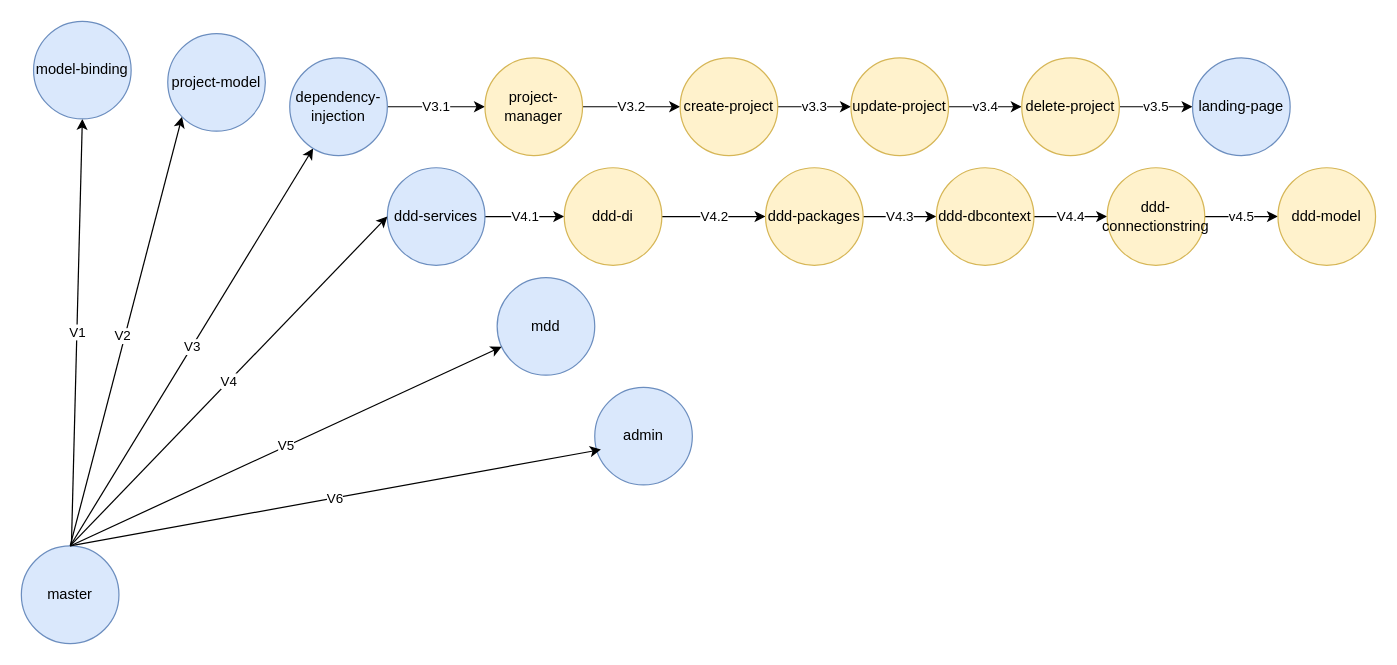
Above: PIS.drawio in zcomert/project-information-system (draw.io), before the change. Source tidied: cells renumbered, new cells numbered last; positions are measured from the earlier drawing's top-left corner, leaving out a move shared by most shapes. Both pictures are drawn from the tidied source at 122%, with x=0, y=0 at pixel (21, 21).
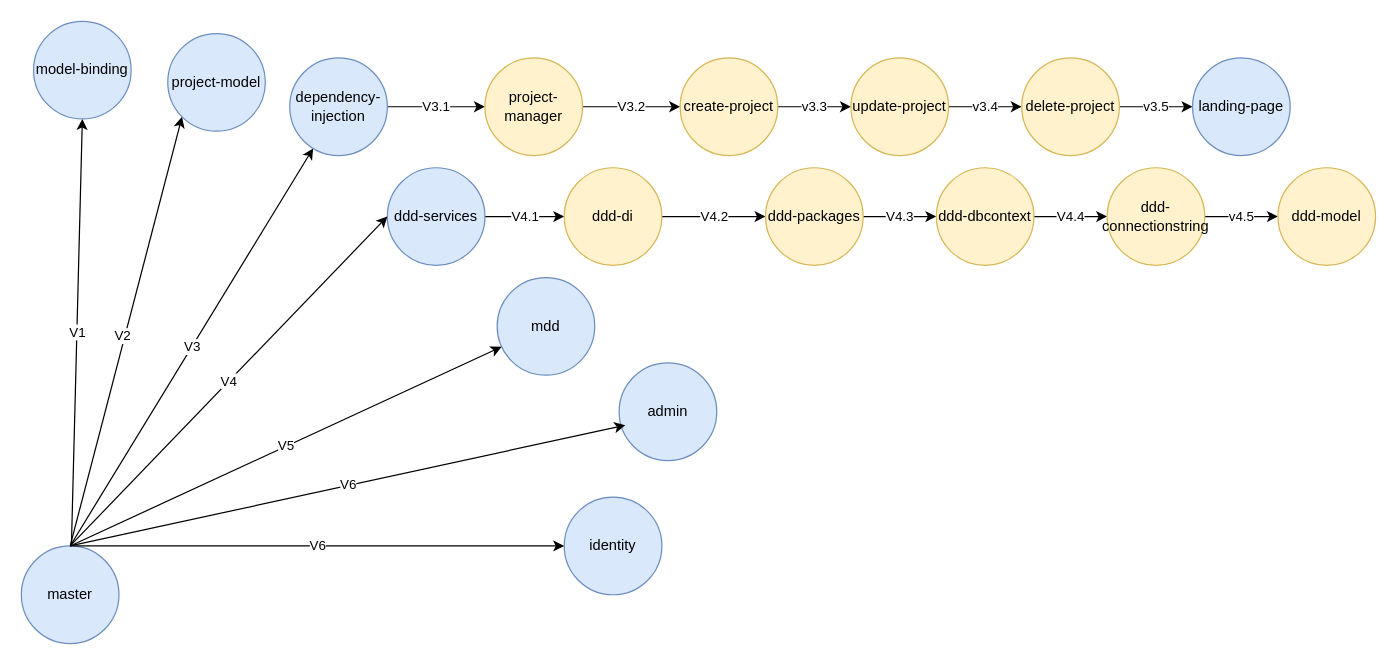
The same page after the edit.

Unchanged cells that the change refers to:
```xml
<mxCell id="6" value="master" style="ellipse;whiteSpace=wrap;html=1;fillColor=#dae8fc;strokeColor=#6c8ebf;" parent="1" vertex="1">
  <mxGeometry y="430" width="80" height="80" as="geometry" />
</mxCell>
```

The edit, as a diff of the source:
```diff
@@
     <mxCell id="35" value="admin" style="ellipse;whiteSpace=wrap;html=1;fillColor=#dae8fc;strokeColor=#6c8ebf;" parent="1" vertex="1">
-      <mxGeometry x="470" y="300" width="80" height="80" as="geometry" />
+      <mxGeometry x="490" y="280" width="80" height="80" as="geometry" />
     </mxCell>
@@
+    <mxCell id="37" value="identity" style="ellipse;whiteSpace=wrap;html=1;fillColor=#dae8fc;strokeColor=#6c8ebf;" parent="1" vertex="1">
+      <mxGeometry x="445" y="390" width="80" height="80" as="geometry" />
+    </mxCell>
+    <mxCell id="38" value="V6" style="rounded=0;jettySize=auto;html=1;entryX=0;entryY=0.5;entryDx=0;entryDy=0;exitX=0.5;exitY=0;exitDx=0;exitDy=0;" parent="1" edge="1" source="6" target="37">
+      <mxGeometry relative="1" as="geometry" />
+    </mxCell>
```
